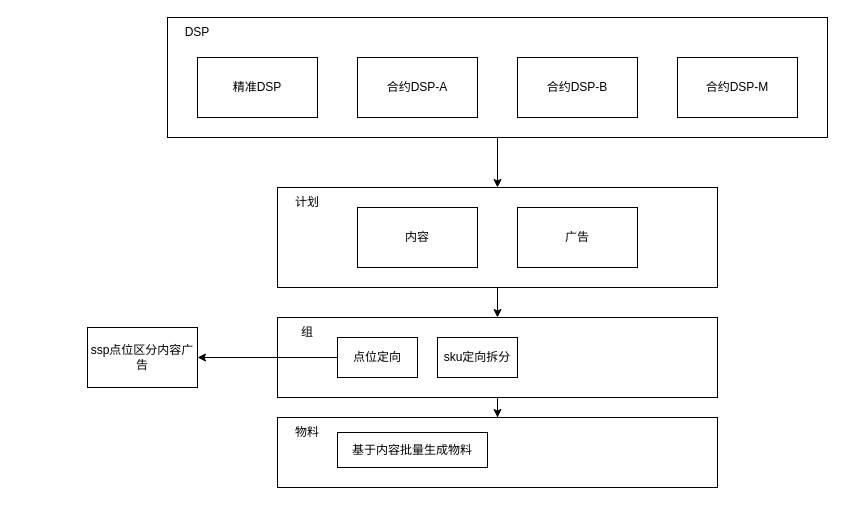
Earlier version of the draw.io diagram flow.drawio (huankong/processon). Source tidied: cells renumbered, new cells numbered last; positions are measured from the earlier drawing's top-left corner, leaving out a move shared by most shapes. Both pictures are drawn from the tidied source at 100%, with x=0, y=0 at pixel (87, 17).
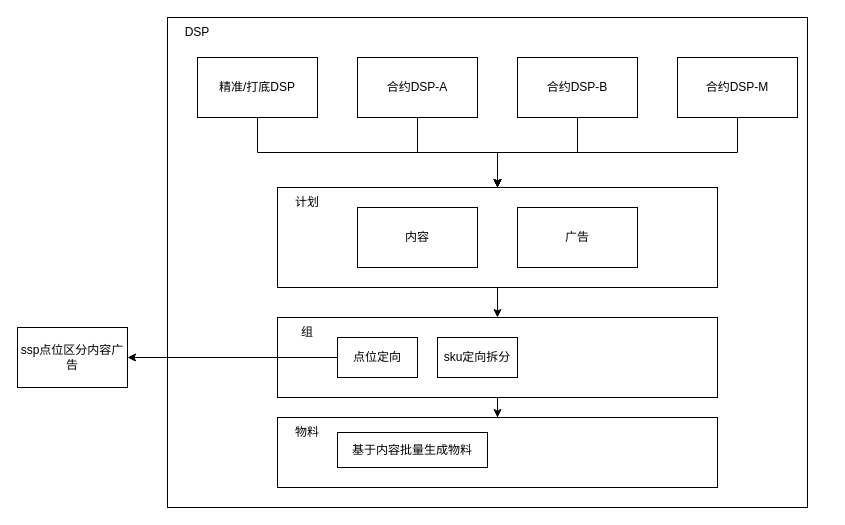
The same diagram, later.

The change refers to these unchanged cells:
```xml
<mxCell id="3" value="合约DSP-M" style="rounded=0;whiteSpace=wrap;html=1;" parent="1" vertex="1">
  <mxGeometry x="590" y="40" width="120" height="60" as="geometry" />
</mxCell>
<mxCell id="4" value="合约DSP-A" style="rounded=0;whiteSpace=wrap;html=1;" parent="1" vertex="1">
  <mxGeometry x="270" y="40" width="120" height="60" as="geometry" />
</mxCell>
<mxCell id="5" value="合约DSP-B" style="rounded=0;whiteSpace=wrap;html=1;" parent="1" vertex="1">
  <mxGeometry x="430" y="40" width="120" height="60" as="geometry" />
</mxCell>
<mxCell id="10" style="rounded=0;whiteSpace=wrap;html=1;fillColor=none;" parent="1" vertex="1">
  <mxGeometry x="190" y="170" width="440" height="100" as="geometry" />
</mxCell>
<mxCell id="19" value="点位定向" style="rounded=0;whiteSpace=wrap;html=1;" parent="1" vertex="1">
  <mxGeometry x="250" y="320" width="80" height="40" as="geometry" />
</mxCell>
```

Change to the diagram source:
```diff
@@
+    <mxCell id="24" style="rounded=0;whiteSpace=wrap;html=1;fillColor=none;" parent="1" vertex="1">
+      <mxGeometry x="80" width="640" height="490" as="geometry" />
+    </mxCell>
+    <mxCell id="25" style="edgeStyle=orthogonalEdgeStyle;rounded=0;jettySize=auto;html=1;" parent="1" edge="1" source="2" target="10">
+      <mxGeometry relative="1" as="geometry" />
+    </mxCell>
-    <mxCell id="2" value="精准DSP" style="rounded=0;whiteSpace=wrap;html=1;" parent="1" vertex="1">
+    <mxCell id="2" value="精准/打底DSP" style="rounded=0;whiteSpace=wrap;html=1;" parent="1" vertex="1">
       <mxGeometry x="110" y="40" width="120" height="60" as="geometry" />
     </mxCell>
+    <mxCell id="26" style="edgeStyle=orthogonalEdgeStyle;rounded=0;jettySize=auto;html=1;entryX=0.5;entryY=0;entryDx=0;entryDy=0;" parent="1" edge="1" source="3" target="10">
+      <mxGeometry relative="1" as="geometry" />
+    </mxCell>
@@
+    <mxCell id="27" style="edgeStyle=orthogonalEdgeStyle;rounded=0;jettySize=auto;html=1;entryX=0.5;entryY=0;entryDx=0;entryDy=0;" parent="1" edge="1" source="4" target="10">
+      <mxGeometry relative="1" as="geometry" />
+    </mxCell>
@@
+    <mxCell id="28" style="edgeStyle=orthogonalEdgeStyle;rounded=0;jettySize=auto;html=1;" parent="1" edge="1" source="5" target="10">
+      <mxGeometry relative="1" as="geometry" />
+    </mxCell>
@@
-    <mxCell id="6" style="edgeStyle=orthogonalEdgeStyle;rounded=0;jettySize=auto;html=1;entryX=0.5;entryY=0;entryDx=0;entryDy=0;" parent="1" edge="1" source="7" target="10">
-      <mxGeometry relative="1" as="geometry" />
-    </mxCell>
-    <mxCell id="7" style="rounded=0;whiteSpace=wrap;html=1;fillColor=none;" parent="1" vertex="1">
-      <mxGeometry x="80" width="660" height="120" as="geometry" />
-    </mxCell>
@@
-    <mxCell id="18" style="edgeStyle=orthogonalEdgeStyle;rounded=0;jettySize=auto;html=1;" parent="1" edge="1" source="19">
-      <mxGeometry relative="1" as="geometry">
-        <mxPoint x="110" y="340" as="targetPoint" />
-      </mxGeometry>
+    <mxCell id="18" style="edgeStyle=orthogonalEdgeStyle;rounded=0;jettySize=auto;html=1;entryX=1;entryY=0.5;entryDx=0;entryDy=0;" parent="1" edge="1" source="19" target="20">
+      <mxGeometry relative="1" as="geometry" />
     </mxCell>
@@
     <mxCell id="20" value="ssp点位区分内容广告" style="rounded=0;whiteSpace=wrap;html=1;" parent="1" vertex="1">
-      <mxGeometry y="310" width="110" height="60" as="geometry" />
+      <mxGeometry x="-70" y="310" width="110" height="60" as="geometry" />
     </mxCell>
```
